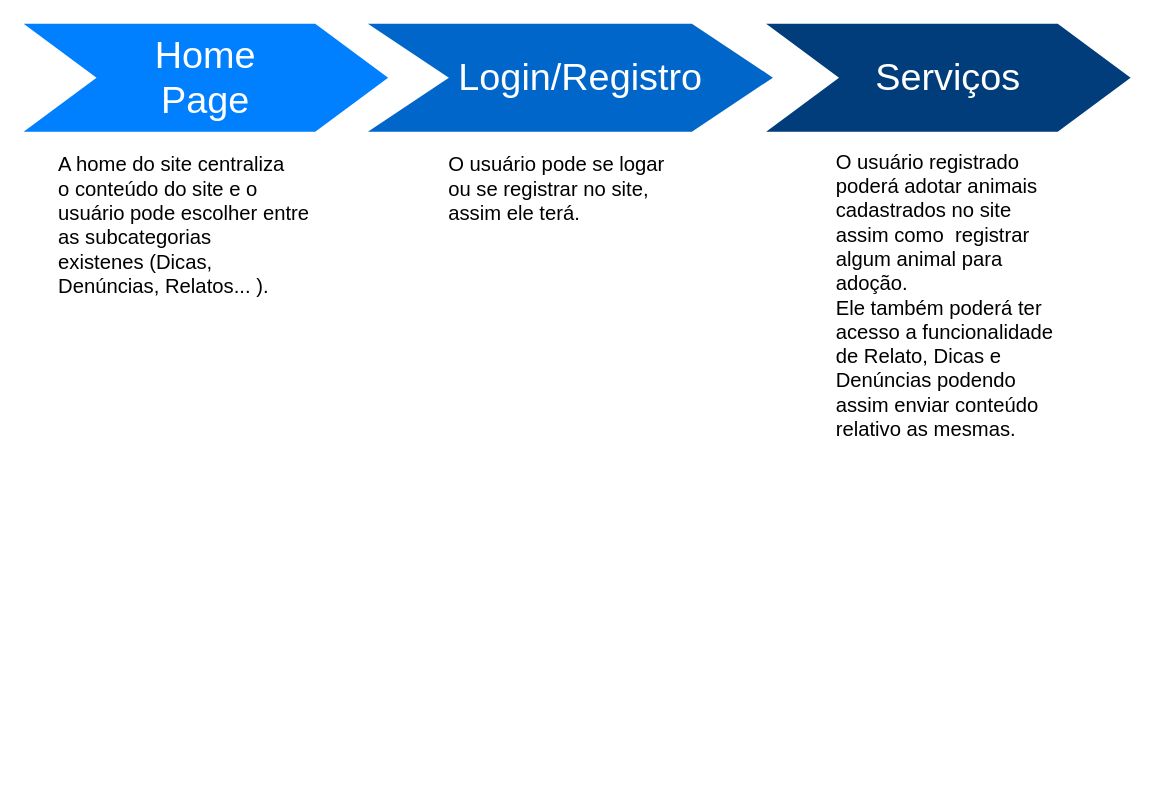
The draw.io diagram Untitled Diagram.drawio in samuelspineli34/TI2, before the edit. Source tidied: cells renumbered, new cells numbered last; positions are measured from the earlier drawing's top-left corner, leaving out a move shared by most shapes. Both pictures are drawn from the tidied source at 135%, with x=0, y=0 at pixel (23, 23).
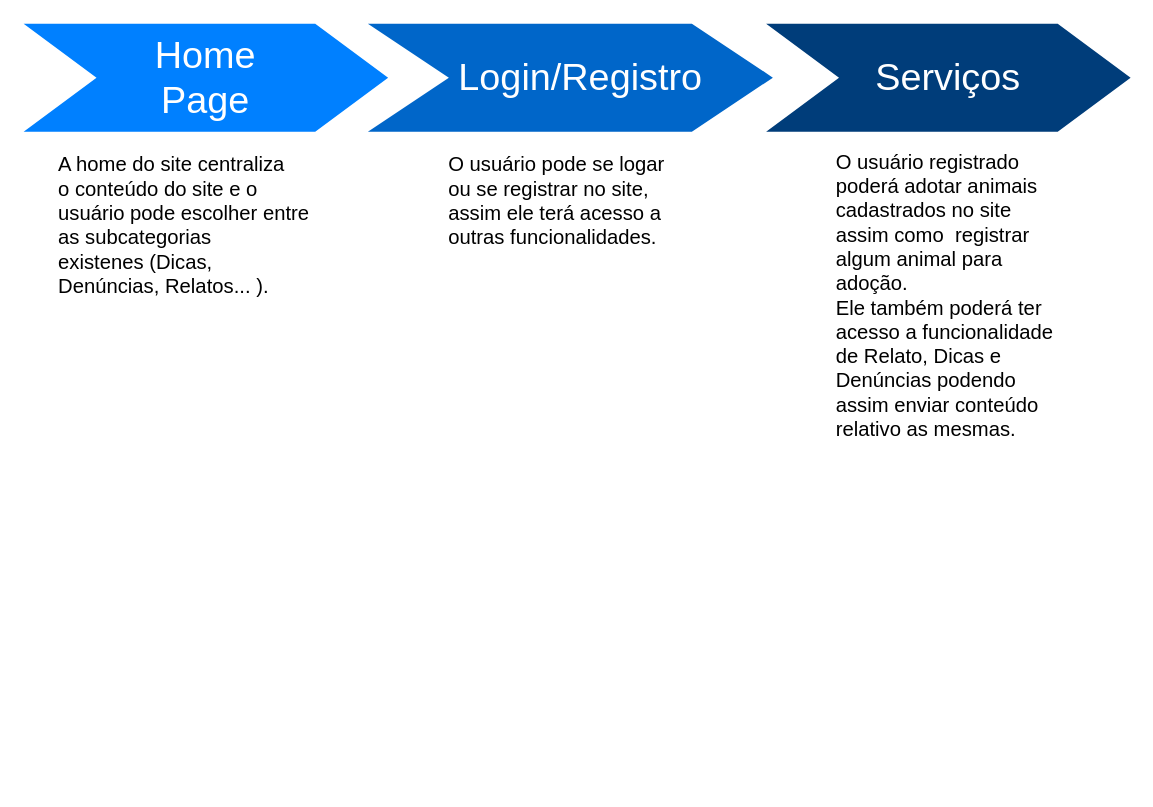
Above is the later version.

Change to the diagram source:
```diff
@@
 <mxGraphModel background="#ffffff">
   <root>
     <mxCell id="0" />
     <mxCell id="1" parent="0" />
     <mxCell id="2" value="Home&lt;br&gt;Page" style="shape=step;whiteSpace=wrap;html=1;fontSize=28;fillColor=#0080FF;fontColor=#FFFFFF;strokeColor=none;" parent="1" vertex="1">
       <mxGeometry width="270" height="80" as="geometry" />
     </mxCell>
     <mxCell id="3" value="&amp;nbsp; Login/Registro" style="shape=step;whiteSpace=wrap;html=1;fontSize=28;fontColor=#FFFFFF;strokeColor=none;fillColor=#0066C9;" parent="1" vertex="1">
       <mxGeometry x="255" width="300" height="80" as="geometry" />
     </mxCell>
     <mxCell id="4" value="Serviços" style="shape=step;whiteSpace=wrap;html=1;fontSize=28;fontColor=#FFFFFF;strokeColor=none;fillColor=#003D7A;" parent="1" vertex="1">
       <mxGeometry x="550" width="270" height="80" as="geometry" />
     </mxCell>
     <mxCell id="5" value="&lt;font style=&quot;font-size: 15px&quot;&gt;A home do site centraliza &lt;br&gt;&lt;/font&gt;&lt;div style=&quot;font-size: 15px&quot;&gt;&lt;font style=&quot;font-size: 15px&quot;&gt;o conteúdo do site e o usuário pode escolher entre as subcategorias&lt;/font&gt;&lt;/div&gt;&lt;div style=&quot;font-size: 15px&quot;&gt;&lt;font style=&quot;font-size: 15px&quot;&gt;existenes (Dicas, Denúncias, Relatos... ).&lt;/font&gt;&lt;br&gt;&lt;/div&gt;" style="text;spacingTop=-5;fillColor=#ffffff;whiteSpace=wrap;html=1;align=left;fontSize=12;fontFamily=Helvetica;fillColor=none;strokeColor=none;" parent="1" vertex="1">
       <mxGeometry x="24" y="94" width="190" height="470" as="geometry" />
     </mxCell>
-    <mxCell id="6" value="&lt;font style=&quot;font-size: 15px&quot;&gt;O usuário pode se logar ou se registrar no site, assim ele terá.&lt;/font&gt;" style="text;spacingTop=-5;fillColor=#ffffff;whiteSpace=wrap;html=1;align=left;fontSize=12;fontFamily=Helvetica;fillColor=none;strokeColor=none;" parent="1" vertex="1">
+    <mxCell id="6" value="&lt;font style=&quot;font-size: 15px&quot;&gt;O usuário pode se logar ou se registrar no site, assim ele terá acesso a outras funcionalidades.&lt;br&gt;&lt;/font&gt;" style="text;spacingTop=-5;fillColor=#ffffff;whiteSpace=wrap;html=1;align=left;fontSize=12;fontFamily=Helvetica;fillColor=none;strokeColor=none;" parent="1" vertex="1">
       <mxGeometry x="313" y="94" width="170" height="470" as="geometry" />
     </mxCell>
     <mxCell id="7" value="&lt;div align=&quot;left&quot;&gt;&lt;font style=&quot;font-size: 15px&quot;&gt;O usuário registrado poderá adotar animais cadastrados no site assim como&amp;nbsp; registrar algum animal para adoção.&lt;br&gt;Ele também poderá ter acesso a funcionalidade de Relato, Dicas e Denúncias podendo assim enviar conteúdo relativo as mesmas.&lt;br&gt;&lt;/font&gt;&lt;/div&gt;" style="text;spacingTop=-5;fillColor=#ffffff;whiteSpace=wrap;html=1;align=left;fontSize=12;fontFamily=Helvetica;fillColor=none;strokeColor=none;" parent="1" vertex="1">
       <mxGeometry x="600" y="92" width="170" height="470" as="geometry" />
     </mxCell>
   </root>
 </mxGraphModel>
```
